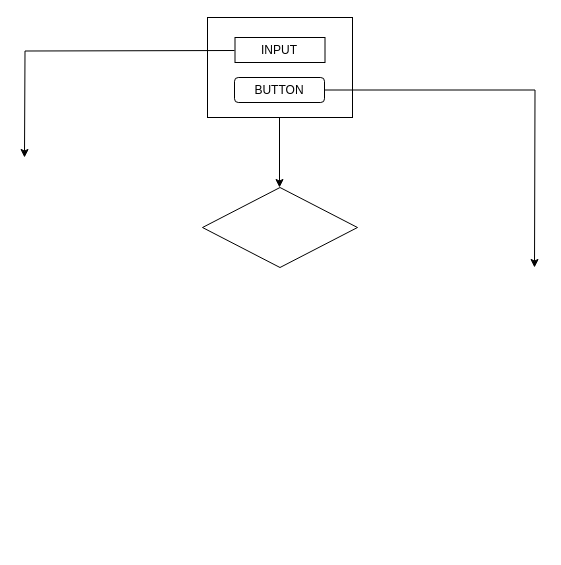
Above: 12_dom_manipulation/139/dom-event.drawio in labanino/complete-web-dev-zm (draw.io), before the change. Source tidied: cells renumbered, new cells numbered last; positions are measured from the earlier drawing's top-left corner, leaving out a move shared by most shapes. Both pictures are drawn from the tidied source at 100%, with x=0, y=0 at pixel (24, 17).
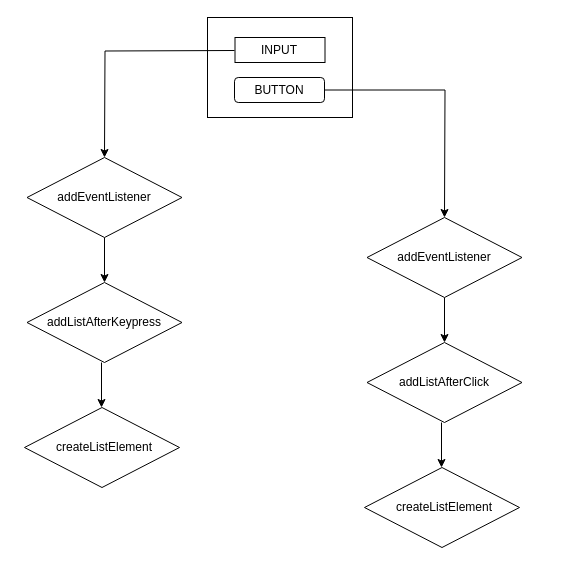
The same page after the edit.

The change refers to these unchanged cells:
```xml
<mxCell id="6" style="rounded=1;whiteSpace=wrap;html=1;" parent="1" vertex="1">
  <mxGeometry x="210" y="60" width="90" height="25" as="geometry" />
</mxCell>
```

The edit, as a diff of the source:
```diff
@@
     <mxCell id="2" style="rhombus;whiteSpace=wrap;html=1;" parent="1" vertex="1">
-      <mxGeometry x="178" y="170" width="155" height="80" as="geometry" />
+      <mxGeometry x="342.5" y="325" width="155" height="80" as="geometry" />
     </mxCell>
     <mxCell id="3" style="endArrow=classic;html=1;rounded=0;" parent="1" edge="1">
       <mxGeometry relative="1" as="geometry">
-        <mxPoint x="255" y="100" as="sourcePoint" />
-        <mxPoint x="255" y="170" as="targetPoint" />
+        <mxPoint x="417" y="405" as="sourcePoint" />
+        <mxPoint x="417" y="450" as="targetPoint" />
       </mxGeometry>
     </mxCell>
@@
     <mxCell id="5" style="edgeStyle=orthogonalEdgeStyle;rounded=0;jettySize=auto;html=1;exitX=1;exitY=0.5;exitDx=0;exitDy=0;" parent="1" edge="1" source="6">
       <mxGeometry relative="1" as="geometry">
-        <mxPoint x="510" y="250" as="targetPoint" />
+        <mxPoint x="420" y="200" as="targetPoint" />
       </mxGeometry>
     </mxCell>
@@
     <mxCell id="8" style="edgeStyle=orthogonalEdgeStyle;rounded=0;orthogonalLoop=1;jettySize=auto;html=1;" parent="1" edge="1">
       <mxGeometry relative="1" as="geometry">
         <mxPoint x="210" y="33" as="sourcePoint" />
-        <mxPoint y="140" as="targetPoint" />
+        <mxPoint x="80" y="140" as="targetPoint" />
       </mxGeometry>
     </mxCell>
@@
+    <mxCell id="11" value="addListAfterClick&lt;br&gt;" style="text;html=1;strokeColor=none;fillColor=none;align=center;verticalAlign=middle;whiteSpace=wrap;rounded=0;" parent="1" vertex="1">
+      <mxGeometry x="370" y="350" width="100" height="30" as="geometry" />
+    </mxCell>
+    <mxCell id="12" style="rhombus;whiteSpace=wrap;html=1;" parent="1" vertex="1">
+      <mxGeometry x="340" y="450" width="155" height="80" as="geometry" />
+    </mxCell>
+    <mxCell id="13" value="createListElement" style="text;html=1;strokeColor=none;fillColor=none;align=center;verticalAlign=middle;whiteSpace=wrap;rounded=0;" parent="1" vertex="1">
+      <mxGeometry x="370" y="475" width="100" height="30" as="geometry" />
+    </mxCell>
+    <mxCell id="14" style="edgeStyle=orthogonalEdgeStyle;rounded=0;jettySize=auto;html=1;exitX=0.5;exitY=1;exitDx=0;exitDy=0;entryX=0.5;entryY=0;entryDx=0;entryDy=0;" parent="1" edge="1" source="15" target="2">
+      <mxGeometry relative="1" as="geometry" />
+    </mxCell>
+    <mxCell id="15" style="rhombus;whiteSpace=wrap;html=1;" parent="1" vertex="1">
+      <mxGeometry x="342.5" y="200" width="155" height="80" as="geometry" />
+    </mxCell>
+    <mxCell id="16" value="addEventListener" style="text;html=1;strokeColor=none;fillColor=none;align=center;verticalAlign=middle;whiteSpace=wrap;rounded=0;" parent="1" vertex="1">
+      <mxGeometry x="370" y="225" width="100" height="30" as="geometry" />
+    </mxCell>
+    <mxCell id="17" style="rhombus;whiteSpace=wrap;html=1;" parent="1" vertex="1">
+      <mxGeometry x="2.5" y="265" width="155" height="80" as="geometry" />
+    </mxCell>
+    <mxCell id="18" style="endArrow=classic;html=1;rounded=0;" parent="1" edge="1">
+      <mxGeometry relative="1" as="geometry">
+        <mxPoint x="77" y="345" as="sourcePoint" />
+        <mxPoint x="77" y="390" as="targetPoint" />
+      </mxGeometry>
+    </mxCell>
+    <mxCell id="19" value="addListAfterKeypress" style="text;html=1;strokeColor=none;fillColor=none;align=center;verticalAlign=middle;whiteSpace=wrap;rounded=0;" parent="1" vertex="1">
+      <mxGeometry x="30" y="290" width="100" height="30" as="geometry" />
+    </mxCell>
+    <mxCell id="20" style="rhombus;whiteSpace=wrap;html=1;" parent="1" vertex="1">
+      <mxGeometry y="390" width="155" height="80" as="geometry" />
+    </mxCell>
+    <mxCell id="21" value="createListElement" style="text;html=1;strokeColor=none;fillColor=none;align=center;verticalAlign=middle;whiteSpace=wrap;rounded=0;" parent="1" vertex="1">
+      <mxGeometry x="30" y="415" width="100" height="30" as="geometry" />
+    </mxCell>
+    <mxCell id="22" style="edgeStyle=orthogonalEdgeStyle;rounded=0;jettySize=auto;html=1;exitX=0.5;exitY=1;exitDx=0;exitDy=0;entryX=0.5;entryY=0;entryDx=0;entryDy=0;" parent="1" edge="1" source="23" target="17">
+      <mxGeometry relative="1" as="geometry" />
+    </mxCell>
+    <mxCell id="23" style="rhombus;whiteSpace=wrap;html=1;" parent="1" vertex="1">
+      <mxGeometry x="2.5" y="140" width="155" height="80" as="geometry" />
+    </mxCell>
+    <mxCell id="24" value="addEventListener" style="text;html=1;strokeColor=none;fillColor=none;align=center;verticalAlign=middle;whiteSpace=wrap;rounded=0;" parent="1" vertex="1">
+      <mxGeometry x="30" y="165" width="100" height="30" as="geometry" />
+    </mxCell>
```
